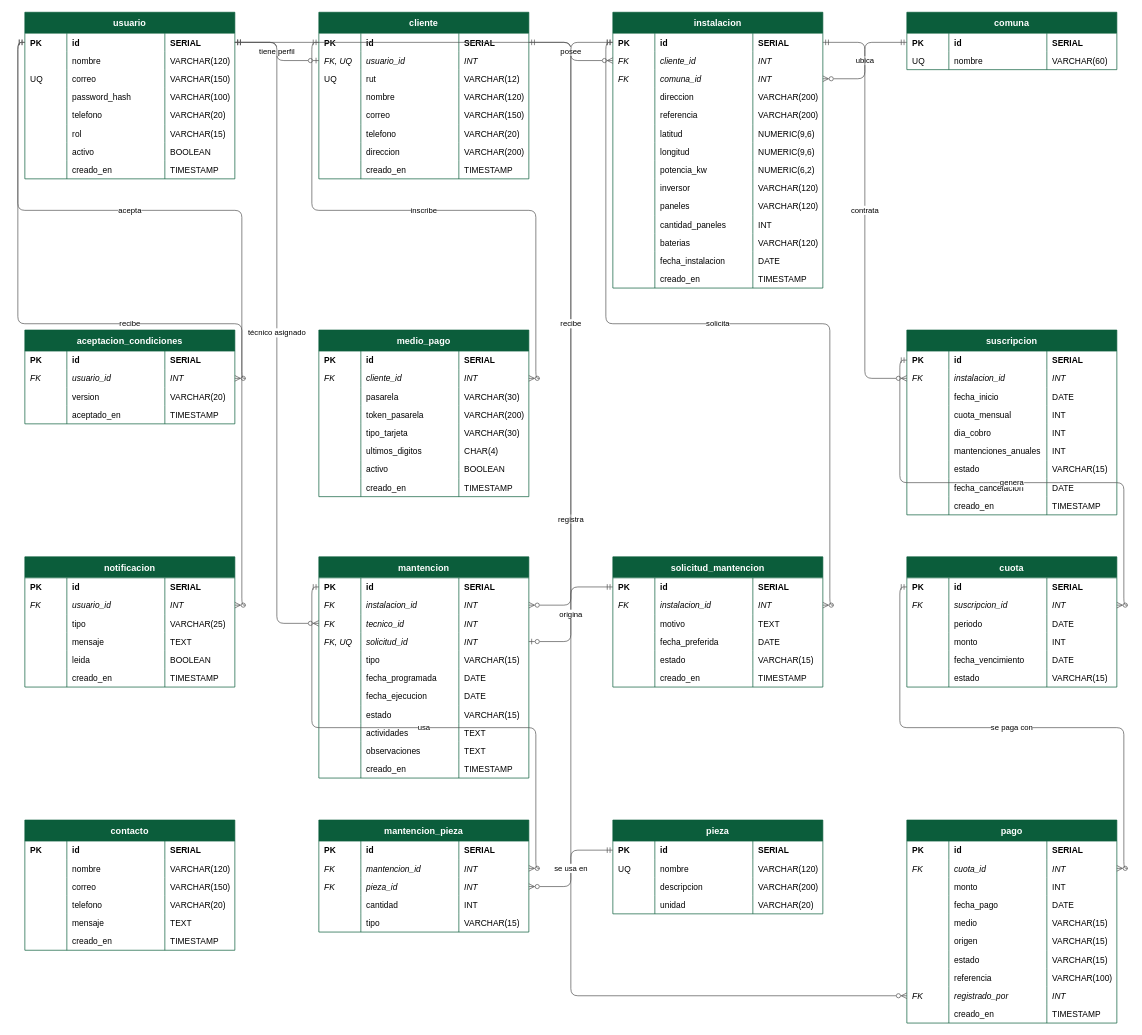
Before: docs/diagramas/modelo_er.drawio in fernandrox5/ENINTI.1, a draw.io diagram. Source tidied: cells renumbered, new cells numbered last; positions are measured from the earlier drawing's top-left corner, leaving out a move shared by most shapes. Both pictures are drawn from the tidied source at 70%, with x=0, y=0 at pixel (24, 12).
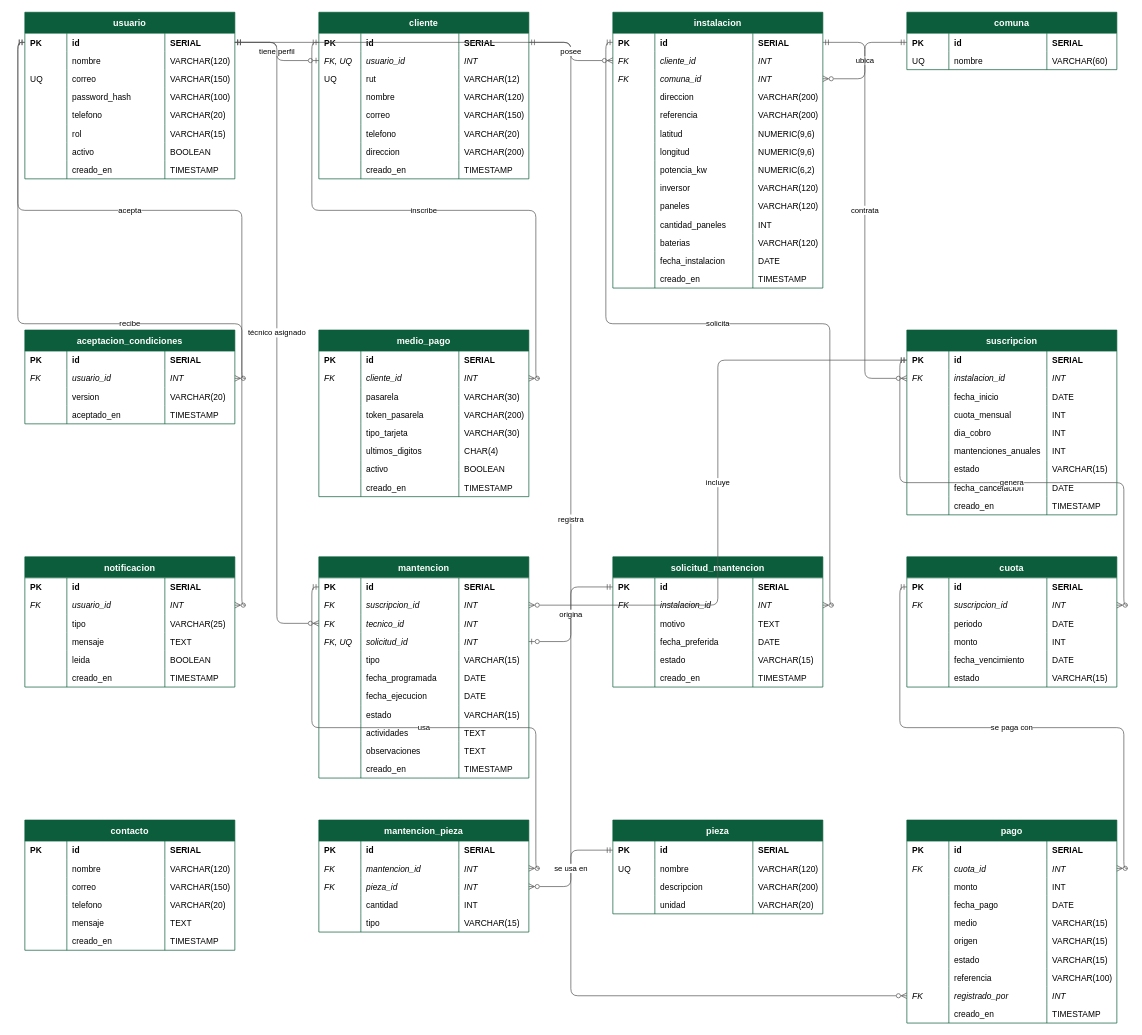
After the change.

The change refers to these unchanged cells:
```xml
<mxCell id="173" style="shape=tableRow;horizontal=0;startSize=0;swimlaneHead=0;swimlaneBody=0;fillColor=none;points=[[0,0.5],[1,0.5]];portConstraint=eastwest;strokeColor=inherit;top=0;left=0;right=0;bottom=0;" parent="168" vertex="1">
  <mxGeometry y="56" width="300" height="26" as="geometry" />
</mxCell>
<mxCell id="235" style="shape=tableRow;horizontal=0;startSize=0;swimlaneHead=0;swimlaneBody=0;fillColor=none;points=[[0,0.5],[1,0.5]];portConstraint=eastwest;strokeColor=inherit;top=0;left=0;right=0;bottom=0;" parent="234" vertex="1">
  <mxGeometry y="30" width="300" height="26" as="geometry" />
</mxCell>
<mxCell id="343" style="shape=tableRow;horizontal=0;startSize=0;swimlaneHead=0;swimlaneBody=0;fillColor=none;points=[[0,0.5],[1,0.5]];portConstraint=eastwest;strokeColor=inherit;top=0;left=0;right=0;bottom=0;" parent="342" vertex="1">
  <mxGeometry y="30" width="300" height="26" as="geometry" />
</mxCell>
```

The edit, as a diff of the source:
```diff
@@
-    <mxCell id="175" value="instalacion_id" style="shape=partialRectangle;fillColor=none;top=0;left=0;bottom=0;right=0;align=left;spacingLeft=6;overflow=hidden;fontSize=12;fontStyle=2;" parent="173" vertex="1">
-      <mxGeometry x="60" width="140" height="26" as="geometry" />
-    </mxCell>
+    <mxCell id="461" value="suscripcion_id" style="shape=partialRectangle;fillColor=none;top=0;left=0;bottom=0;right=0;align=left;spacingLeft=6;overflow=hidden;fontSize=12;fontStyle=2;" parent="173" vertex="1">
+      <mxGeometry x="60" width="140" height="26" as="geometry" />
+    </mxCell>
@@
-    <mxCell id="455" value="recibe" style="edgeStyle=orthogonalEdgeStyle;rounded=1;html=1;fontSize=11;startArrow=ERmandOne;startFill=0;endArrow=ERzeroToMany;endFill=0;labelBackgroundColor=#ffffff;strokeColor=#555555;" parent="1" edge="1" source="235" target="173">
+    <mxCell id="455" value="incluye" style="edgeStyle=orthogonalEdgeStyle;rounded=1;html=1;fontSize=11;startArrow=ERmandOne;startFill=0;endArrow=ERzeroToMany;endFill=0;labelBackgroundColor=#ffffff;strokeColor=#555555;" parent="1" edge="1" source="343" target="173">
       <mxGeometry relative="1" as="geometry" />
     </mxCell>
```
